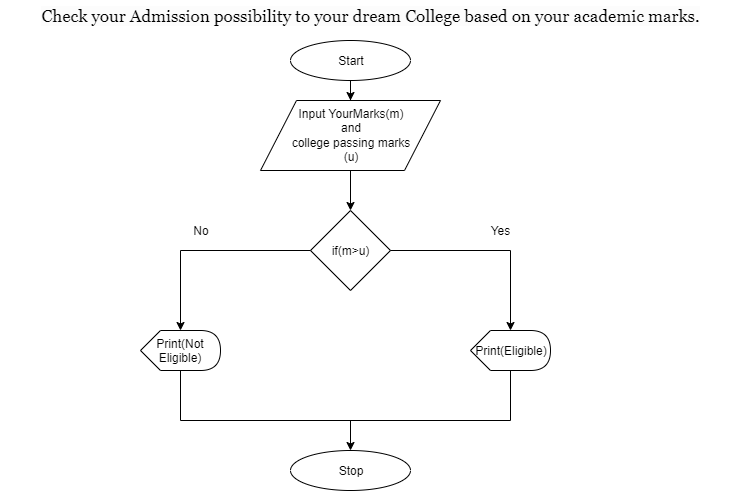
amitsharma7565/Core_and_Advance_Java keeps this draw.io diagram as Flowchart2.png. Above is the earlier version. Source tidied: cells renumbered, new cells last; positions are measured from the earlier drawing's top-left corner, leaving out a move shared by most shapes. Its diagram source:
```xml
<mxGraphModel>
  <root>
    <mxCell id="0" />
    <mxCell id="1" parent="0" />
    <mxCell id="2" value="&lt;span style=&quot;font-family: &amp;#34;georgia&amp;#34; ; font-size: 17px ; text-align: justify ; background-color: rgb(252 , 252 , 252)&quot;&gt;Check your Admission possibility to your dream College based on your academic marks.&lt;/span&gt;" style="text;html=1;strokeColor=none;fillColor=none;align=center;verticalAlign=middle;whiteSpace=wrap;rounded=0;" parent="1" vertex="1">
      <mxGeometry width="740" height="30" as="geometry" />
    </mxCell>
    <mxCell id="3" style="edgeStyle=orthogonalEdgeStyle;rounded=0;jettySize=auto;html=1;" parent="1" edge="1" source="4" target="6">
      <mxGeometry relative="1" as="geometry" />
    </mxCell>
    <mxCell id="4" value="Start" style="ellipse;whiteSpace=wrap;html=1;" parent="1" vertex="1">
      <mxGeometry x="290" y="40" width="120" height="40" as="geometry" />
    </mxCell>
    <mxCell id="5" style="edgeStyle=orthogonalEdgeStyle;rounded=0;jettySize=auto;html=1;" parent="1" edge="1" source="6" target="7">
      <mxGeometry relative="1" as="geometry" />
    </mxCell>
    <mxCell id="6" value="Input YourMarks(m)&lt;br&gt;and&lt;br&gt;college passing marks&lt;br&gt;(u)&lt;br&gt;" style="shape=parallelogram;perimeter=parallelogramPerimeter;whiteSpace=wrap;html=1;" parent="1" vertex="1">
      <mxGeometry x="260" y="100" width="180" height="70" as="geometry" />
    </mxCell>
    <mxCell id="7" value="if(m&amp;gt;u)" style="rhombus;whiteSpace=wrap;html=1;" parent="1" vertex="1">
      <mxGeometry x="310" y="210" width="80" height="80" as="geometry" />
    </mxCell>
    <mxCell id="8" style="endArrow=none;html=1;exitX=1;exitY=0.5;exitDx=0;exitDy=0;" parent="1" edge="1" source="7">
      <mxGeometry relative="1" as="geometry">
        <mxPoint x="510" y="250" as="targetPoint" />
      </mxGeometry>
    </mxCell>
    <mxCell id="9" style="endArrow=none;html=1;entryX=0;entryY=0.5;entryDx=0;entryDy=0;" parent="1" edge="1" target="7">
      <mxGeometry relative="1" as="geometry">
        <mxPoint x="180" y="250" as="sourcePoint" />
      </mxGeometry>
    </mxCell>
    <mxCell id="10" style="endArrow=classic;html=1;" parent="1" edge="1">
      <mxGeometry relative="1" as="geometry">
        <mxPoint x="180" y="250" as="sourcePoint" />
        <mxPoint x="180" y="330" as="targetPoint" />
      </mxGeometry>
    </mxCell>
    <mxCell id="11" style="endArrow=classic;html=1;" parent="1" edge="1" target="12">
      <mxGeometry relative="1" as="geometry">
        <mxPoint x="510" y="250" as="sourcePoint" />
      </mxGeometry>
    </mxCell>
    <mxCell id="12" value="Print(Eligible)" style="shape=display;whiteSpace=wrap;html=1;" parent="1" vertex="1">
      <mxGeometry x="470" y="330" width="80" height="40" as="geometry" />
    </mxCell>
    <mxCell id="13" value="&lt;span style=&quot;white-space: normal&quot;&gt;Print(Not Eligible)&lt;/span&gt;" style="shape=display;whiteSpace=wrap;html=1;" parent="1" vertex="1">
      <mxGeometry x="140" y="330" width="80" height="40" as="geometry" />
    </mxCell>
    <mxCell id="14" style="endArrow=none;html=1;entryX=0;entryY=0;entryDx=40;entryDy=40;entryPerimeter=0;" parent="1" edge="1" target="13">
      <mxGeometry relative="1" as="geometry">
        <mxPoint x="180" y="420" as="sourcePoint" />
      </mxGeometry>
    </mxCell>
    <mxCell id="15" style="endArrow=none;html=1;" parent="1" edge="1">
      <mxGeometry relative="1" as="geometry">
        <mxPoint x="180" y="420" as="sourcePoint" />
        <mxPoint x="510" y="420" as="targetPoint" />
      </mxGeometry>
    </mxCell>
    <mxCell id="16" style="endArrow=none;html=1;exitX=0;exitY=0;exitDx=40;exitDy=40;exitPerimeter=0;" parent="1" edge="1" source="12">
      <mxGeometry relative="1" as="geometry">
        <mxPoint x="510" y="420" as="targetPoint" />
      </mxGeometry>
    </mxCell>
    <mxCell id="17" style="endArrow=classic;html=1;" parent="1" edge="1" target="18">
      <mxGeometry relative="1" as="geometry">
        <mxPoint x="350" y="420" as="sourcePoint" />
      </mxGeometry>
    </mxCell>
    <mxCell id="18" value="Stop" style="ellipse;whiteSpace=wrap;html=1;" parent="1" vertex="1">
      <mxGeometry x="290" y="450" width="120" height="40" as="geometry" />
    </mxCell>
    <mxCell id="19" value="No" style="text;html=1;strokeColor=none;fillColor=none;align=center;verticalAlign=middle;whiteSpace=wrap;rounded=0;" parent="1" vertex="1">
      <mxGeometry x="180" y="220" width="40" height="20" as="geometry" />
    </mxCell>
    <mxCell id="20" value="Yes" style="text;html=1;strokeColor=none;fillColor=none;align=center;verticalAlign=middle;whiteSpace=wrap;rounded=0;" parent="1" vertex="1">
      <mxGeometry x="480" y="220" width="40" height="20" as="geometry" />
    </mxCell>
  </root>
</mxGraphModel>
```
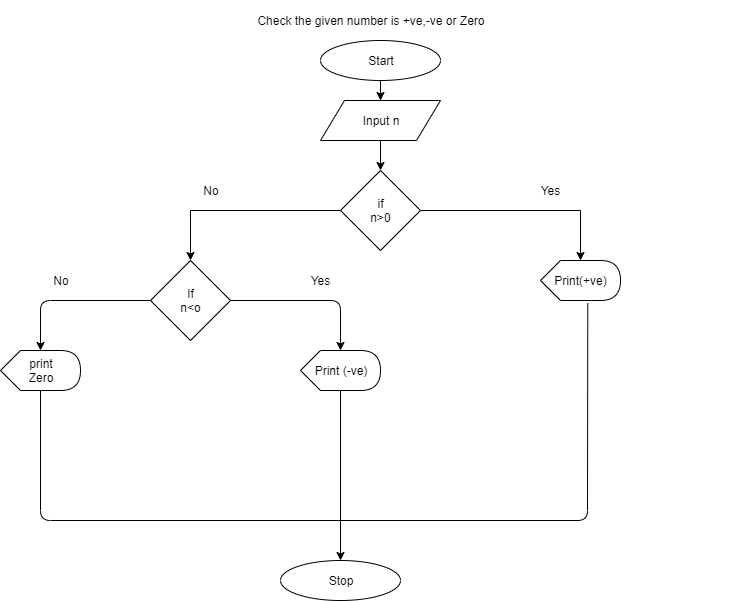
Later version of the same file.

What changed in the source:
```diff
@@ -2,80 +2,95 @@
   <root>
     <mxCell id="0" />
     <mxCell id="1" parent="0" />
-    <mxCell id="2" value="&lt;span style=&quot;font-family: &amp;#34;georgia&amp;#34; ; font-size: 17px ; text-align: justify ; background-color: rgb(252 , 252 , 252)&quot;&gt;Check your Admission possibility to your dream College based on your academic marks.&lt;/span&gt;" style="text;html=1;strokeColor=none;fillColor=none;align=center;verticalAlign=middle;whiteSpace=wrap;rounded=0;" parent="1" vertex="1">
-      <mxGeometry width="740" height="30" as="geometry" />
-    </mxCell>
-    <mxCell id="3" style="edgeStyle=orthogonalEdgeStyle;rounded=0;jettySize=auto;html=1;" parent="1" edge="1" source="4" target="6">
-      <mxGeometry relative="1" as="geometry" />
-    </mxCell>
+    <mxCell id="21" value="Check the given number is +ve,-ve or Zero" style="text;html=1;strokeColor=none;fillColor=none;align=center;verticalAlign=middle;whiteSpace=wrap;rounded=0;" parent="1" vertex="1">
+      <mxGeometry x="-10" y="-10" width="740" height="40" as="geometry" />
+    </mxCell>
+    <mxCell id="22" style="edgeStyle=orthogonalEdgeStyle;rounded=0;jettySize=auto;html=1;entryX=0.5;entryY=0;entryDx=0;entryDy=0;" parent="1" edge="1" source="4" target="24">
+      <mxGeometry relative="1" as="geometry" />
+    </mxCell>
     <mxCell id="4" value="Start" style="ellipse;whiteSpace=wrap;html=1;" parent="1" vertex="1">
-      <mxGeometry x="290" y="40" width="120" height="40" as="geometry" />
+      <mxGeometry x="310" y="30" width="120" height="40" as="geometry" />
     </mxCell>
-    <mxCell id="5" style="edgeStyle=orthogonalEdgeStyle;rounded=0;jettySize=auto;html=1;" parent="1" edge="1" source="6" target="7">
-      <mxGeometry relative="1" as="geometry" />
-    </mxCell>
-    <mxCell id="6" value="Input YourMarks(m)&lt;br&gt;and&lt;br&gt;college passing marks&lt;br&gt;(u)&lt;br&gt;" style="shape=parallelogram;perimeter=parallelogramPerimeter;whiteSpace=wrap;html=1;" parent="1" vertex="1">
-      <mxGeometry x="260" y="100" width="180" height="70" as="geometry" />
-    </mxCell>
-    <mxCell id="7" value="if(m&amp;gt;u)" style="rhombus;whiteSpace=wrap;html=1;" parent="1" vertex="1">
-      <mxGeometry x="310" y="210" width="80" height="80" as="geometry" />
-    </mxCell>
-    <mxCell id="8" style="endArrow=none;html=1;exitX=1;exitY=0.5;exitDx=0;exitDy=0;" parent="1" edge="1" source="7">
-      <mxGeometry relative="1" as="geometry">
-        <mxPoint x="510" y="250" as="targetPoint" />
-      </mxGeometry>
-    </mxCell>
-    <mxCell id="9" style="endArrow=none;html=1;entryX=0;entryY=0.5;entryDx=0;entryDy=0;" parent="1" edge="1" target="7">
-      <mxGeometry relative="1" as="geometry">
-        <mxPoint x="180" y="250" as="sourcePoint" />
-      </mxGeometry>
-    </mxCell>
-    <mxCell id="10" style="endArrow=classic;html=1;" parent="1" edge="1">
-      <mxGeometry relative="1" as="geometry">
-        <mxPoint x="180" y="250" as="sourcePoint" />
-        <mxPoint x="180" y="330" as="targetPoint" />
-      </mxGeometry>
-    </mxCell>
-    <mxCell id="11" style="endArrow=classic;html=1;" parent="1" edge="1" target="12">
-      <mxGeometry relative="1" as="geometry">
-        <mxPoint x="510" y="250" as="sourcePoint" />
-      </mxGeometry>
-    </mxCell>
-    <mxCell id="12" value="Print(Eligible)" style="shape=display;whiteSpace=wrap;html=1;" parent="1" vertex="1">
-      <mxGeometry x="470" y="330" width="80" height="40" as="geometry" />
-    </mxCell>
-    <mxCell id="13" value="&lt;span style=&quot;white-space: normal&quot;&gt;Print(Not Eligible)&lt;/span&gt;" style="shape=display;whiteSpace=wrap;html=1;" parent="1" vertex="1">
-      <mxGeometry x="140" y="330" width="80" height="40" as="geometry" />
-    </mxCell>
-    <mxCell id="14" style="endArrow=none;html=1;entryX=0;entryY=0;entryDx=40;entryDy=40;entryPerimeter=0;" parent="1" edge="1" target="13">
-      <mxGeometry relative="1" as="geometry">
-        <mxPoint x="180" y="420" as="sourcePoint" />
-      </mxGeometry>
-    </mxCell>
-    <mxCell id="15" style="endArrow=none;html=1;" parent="1" edge="1">
-      <mxGeometry relative="1" as="geometry">
-        <mxPoint x="180" y="420" as="sourcePoint" />
-        <mxPoint x="510" y="420" as="targetPoint" />
-      </mxGeometry>
-    </mxCell>
-    <mxCell id="16" style="endArrow=none;html=1;exitX=0;exitY=0;exitDx=40;exitDy=40;exitPerimeter=0;" parent="1" edge="1" source="12">
-      <mxGeometry relative="1" as="geometry">
-        <mxPoint x="510" y="420" as="targetPoint" />
-      </mxGeometry>
-    </mxCell>
-    <mxCell id="17" style="endArrow=classic;html=1;" parent="1" edge="1" target="18">
-      <mxGeometry relative="1" as="geometry">
-        <mxPoint x="350" y="420" as="sourcePoint" />
-      </mxGeometry>
-    </mxCell>
+    <mxCell id="23" style="edgeStyle=orthogonalEdgeStyle;rounded=0;jettySize=auto;html=1;" parent="1" edge="1" source="24" target="27">
+      <mxGeometry relative="1" as="geometry" />
+    </mxCell>
+    <mxCell id="24" value="Input n" style="shape=parallelogram;perimeter=parallelogramPerimeter;whiteSpace=wrap;html=1;" parent="1" vertex="1">
+      <mxGeometry x="310" y="90" width="120" height="40" as="geometry" />
+    </mxCell>
+    <mxCell id="25" style="edgeStyle=orthogonalEdgeStyle;rounded=0;jettySize=auto;html=1;" parent="1" edge="1" source="27">
+      <mxGeometry relative="1" as="geometry">
+        <mxPoint x="570" y="250" as="targetPoint" />
+      </mxGeometry>
+    </mxCell>
+    <mxCell id="26" style="edgeStyle=orthogonalEdgeStyle;rounded=0;jettySize=auto;html=1;" parent="1" edge="1" source="27">
+      <mxGeometry relative="1" as="geometry">
+        <mxPoint x="180" y="250" as="targetPoint" />
+      </mxGeometry>
+    </mxCell>
+    <mxCell id="27" value="if&lt;br&gt;n&amp;gt;0" style="rhombus;whiteSpace=wrap;html=1;" parent="1" vertex="1">
+      <mxGeometry x="330" y="160" width="80" height="80" as="geometry" />
+    </mxCell>
+    <mxCell id="28" value="Print(+ve)" style="shape=display;whiteSpace=wrap;html=1;" parent="1" vertex="1">
+      <mxGeometry x="530" y="250" width="80" height="40" as="geometry" />
+    </mxCell>
+    <mxCell id="29" value="Yes" style="text;html=1;strokeColor=none;fillColor=none;align=center;verticalAlign=middle;whiteSpace=wrap;rounded=0;" parent="1" vertex="1">
+      <mxGeometry x="520" y="170" width="40" height="20" as="geometry" />
+    </mxCell>
+    <mxCell id="30" value="No" style="text;html=1;strokeColor=none;fillColor=none;align=center;verticalAlign=middle;whiteSpace=wrap;rounded=0;" parent="1" vertex="1">
+      <mxGeometry x="180" y="170" width="40" height="20" as="geometry" />
+    </mxCell>
+    <mxCell id="31" value="If&lt;br&gt;n&amp;lt;o" style="rhombus;whiteSpace=wrap;html=1;" parent="1" vertex="1">
+      <mxGeometry x="140" y="250" width="80" height="80" as="geometry" />
+    </mxCell>
+    <mxCell id="32" style="endArrow=classic;html=1;exitX=1;exitY=0.5;exitDx=0;exitDy=0;" parent="1" edge="1" source="31">
+      <mxGeometry relative="1" as="geometry">
+        <mxPoint x="330" y="340" as="targetPoint" />
+        <Array as="points">
+          <mxPoint x="330" y="290" />
+        </Array>
+      </mxGeometry>
+    </mxCell>
+    <mxCell id="33" style="endArrow=classic;html=1;exitX=0;exitY=0.5;exitDx=0;exitDy=0;" parent="1" edge="1" source="31">
+      <mxGeometry relative="1" as="geometry">
+        <mxPoint x="30" y="340" as="targetPoint" />
+        <Array as="points">
+          <mxPoint x="30" y="290" />
+        </Array>
+      </mxGeometry>
+    </mxCell>
+    <mxCell id="34" value="Yes" style="text;html=1;strokeColor=none;fillColor=none;align=center;verticalAlign=middle;whiteSpace=wrap;rounded=0;" parent="1" vertex="1">
+      <mxGeometry x="290" y="255" width="40" height="30" as="geometry" />
+    </mxCell>
+    <mxCell id="35" value="No" style="text;html=1;strokeColor=none;fillColor=none;align=center;verticalAlign=middle;whiteSpace=wrap;rounded=0;" parent="1" vertex="1">
+      <mxGeometry x="30" y="260" width="40" height="20" as="geometry" />
+    </mxCell>
+    <mxCell id="36" value="Print (-ve)" style="shape=display;whiteSpace=wrap;html=1;" parent="1" vertex="1">
+      <mxGeometry x="290" y="340" width="80" height="40" as="geometry" />
+    </mxCell>
+    <mxCell id="37" value="print&lt;br&gt;Zero" style="shape=display;whiteSpace=wrap;html=1;" parent="1" vertex="1">
+      <mxGeometry x="-10" y="340" width="80" height="40" as="geometry" />
+    </mxCell>
+    <mxCell id="38" style="endArrow=none;html=1;entryX=0;entryY=0;entryDx=40;entryDy=40;entryPerimeter=0;exitX=0.591;exitY=1.07;exitDx=0;exitDy=0;exitPerimeter=0;" parent="1" edge="1" source="28" target="37">
+      <mxGeometry relative="1" as="geometry">
+        <Array as="points">
+          <mxPoint x="577" y="510" />
+          <mxPoint x="30" y="510" />
+        </Array>
+      </mxGeometry>
+    </mxCell>
+    <mxCell id="39" style="endArrow=none;html=1;entryX=0;entryY=0;entryDx=40;entryDy=40;entryPerimeter=0;" parent="1" edge="1" target="36">
+      <mxGeometry relative="1" as="geometry">
+        <mxPoint x="330" y="510" as="sourcePoint" />
+      </mxGeometry>
+    </mxCell>
+    <mxCell id="40" style="endArrow=classic;html=1;" parent="1" edge="1">
+      <mxGeometry relative="1" as="geometry">
+        <mxPoint x="330" y="510" as="sourcePoint" />
+        <mxPoint x="330" y="550" as="targetPoint" />
+      </mxGeometry>
+    </mxCell>
     <mxCell id="18" value="Stop" style="ellipse;whiteSpace=wrap;html=1;" parent="1" vertex="1">
-      <mxGeometry x="290" y="450" width="120" height="40" as="geometry" />
+      <mxGeometry x="270" y="550" width="120" height="40" as="geometry" />
     </mxCell>
-    <mxCell id="19" value="No" style="text;html=1;strokeColor=none;fillColor=none;align=center;verticalAlign=middle;whiteSpace=wrap;rounded=0;" parent="1" vertex="1">
-      <mxGeometry x="180" y="220" width="40" height="20" as="geometry" />
-    </mxCell>
-    <mxCell id="20" value="Yes" style="text;html=1;strokeColor=none;fillColor=none;align=center;verticalAlign=middle;whiteSpace=wrap;rounded=0;" parent="1" vertex="1">
-      <mxGeometry x="480" y="220" width="40" height="20" as="geometry" />
-    </mxCell>
   </root>
 </mxGraphModel>
```
